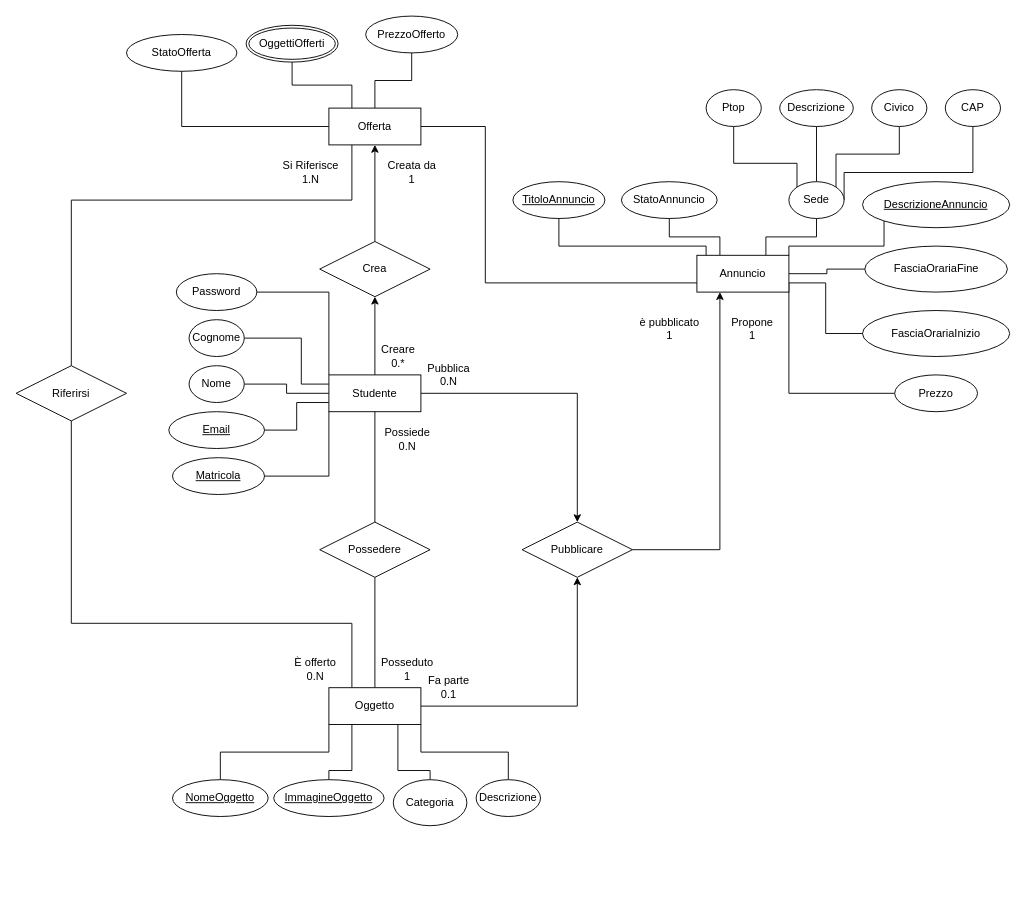
Before: ER_da_rivedere.drawio in giuseeee88/UninaSwap-BDD, a draw.io diagram. Source tidied: cells renumbered, new cells numbered last; positions are measured from the earlier drawing's top-left corner, leaving out a move shared by most shapes. Both pictures are drawn from the tidied source at 92%, with x=0, y=0 at pixel (16, 16).
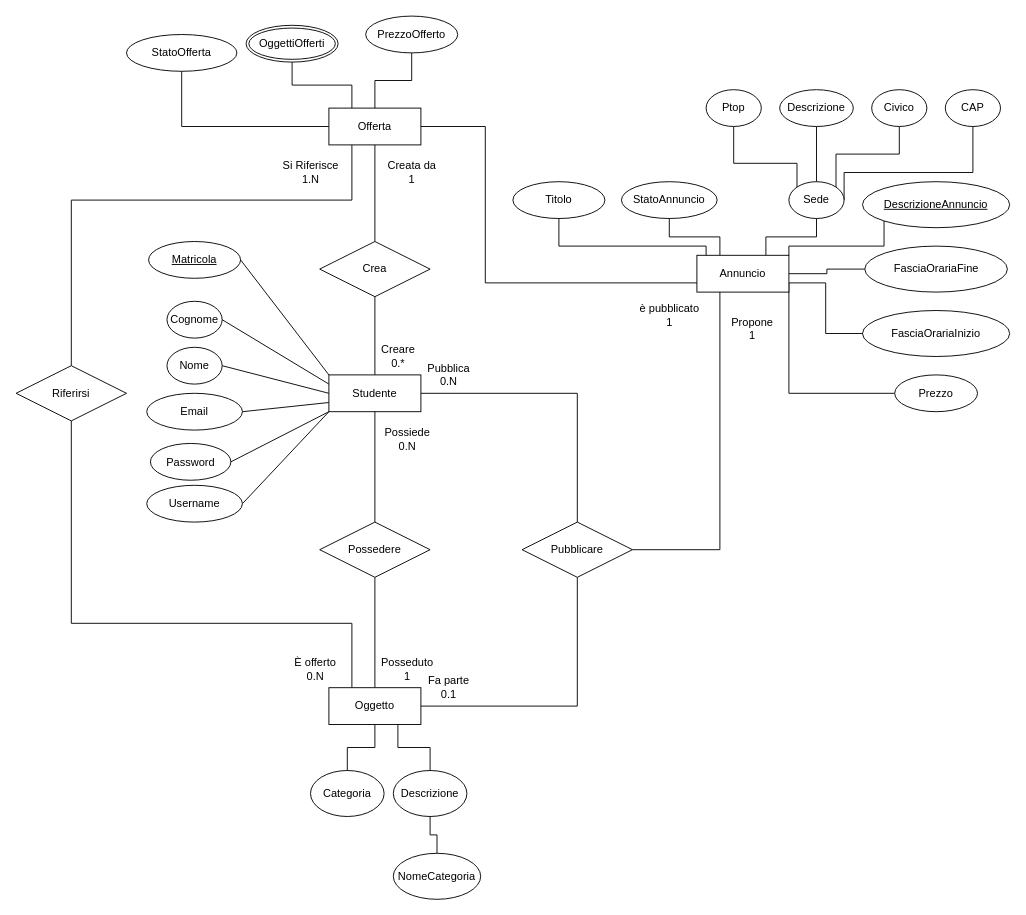
The same diagram, later.

Unchanged cells that the change refers to:
```xml
<mxCell id="18" value="Annuncio" style="rounded=0;whiteSpace=wrap;html=1;" parent="1" vertex="1">
  <mxGeometry x="740" y="260" width="100" height="40" as="geometry" />
</mxCell>
<mxCell id="33" value="Studente" style="rounded=0;whiteSpace=wrap;html=1;" parent="1" vertex="1">
  <mxGeometry x="340" y="390" width="100" height="40" as="geometry" />
</mxCell>
<mxCell id="45" value="Oggetto" style="rounded=0;whiteSpace=wrap;html=1;" parent="1" vertex="1">
  <mxGeometry x="340" y="730" width="100" height="40" as="geometry" />
</mxCell>
<mxCell id="52" value="Offerta" style="rounded=0;whiteSpace=wrap;html=1;" parent="1" vertex="1">
  <mxGeometry x="340" y="100" width="100" height="40" as="geometry" />
</mxCell>
<mxCell id="59" value="Pubblicare" style="shape=rhombus;perimeter=rhombusPerimeter;whiteSpace=wrap;html=1;align=center;" parent="1" vertex="1">
  <mxGeometry x="550" y="550" width="120" height="60" as="geometry" />
</mxCell>
<mxCell id="71" value="Crea" style="shape=rhombus;perimeter=rhombusPerimeter;whiteSpace=wrap;html=1;align=center;" parent="1" vertex="1">
  <mxGeometry x="330" y="245" width="120" height="60" as="geometry" />
</mxCell>
```

Diff of the diagram source:
```diff
@@
-    <mxCell id="2" value="&lt;span style=&quot;text-align: left;&quot;&gt;TitoloAnnuncio&lt;/span&gt;" style="ellipse;whiteSpace=wrap;html=1;fontStyle=4;" parent="1" vertex="1">
+    <mxCell id="2" value="&lt;span style=&quot;text-align: left;&quot;&gt;Titolo&lt;/span&gt;" style="ellipse;whiteSpace=wrap;html=1;fontStyle=0;" parent="1" vertex="1">
       <mxGeometry x="540" y="180" width="100" height="40" as="geometry" />
     </mxCell>
@@
-    <mxCell id="21" style="edgeStyle=orthogonalEdgeStyle;rounded=0;jettySize=auto;html=1;exitX=1;exitY=0.5;exitDx=0;exitDy=0;entryX=0;entryY=0.5;entryDx=0;entryDy=0;endArrow=none;startFill=0;" parent="1" edge="1" source="22" target="33">
+    <mxCell id="21" style="rounded=0;jettySize=auto;html=1;exitX=1;exitY=0.5;exitDx=0;exitDy=0;entryX=0;entryY=0.5;entryDx=0;entryDy=0;endArrow=none;startFill=0;" parent="1" edge="1" source="22" target="33">
       <mxGeometry relative="1" as="geometry" />
     </mxCell>
     <mxCell id="22" value="&lt;span style=&quot;text-align: left;&quot;&gt;Nome&lt;/span&gt;" style="ellipse;whiteSpace=wrap;html=1;" parent="1" vertex="1">
-      <mxGeometry x="188" y="380" width="60" height="40" as="geometry" />
+      <mxGeometry x="164" y="360" width="60" height="40" as="geometry" />
     </mxCell>
-    <mxCell id="23" style="edgeStyle=orthogonalEdgeStyle;rounded=0;jettySize=auto;html=1;exitX=1;exitY=0.5;exitDx=0;exitDy=0;entryX=0;entryY=1;entryDx=0;entryDy=0;endArrow=none;startFill=0;" parent="1" edge="1" source="24" target="33">
+    <mxCell id="23" style="rounded=0;jettySize=auto;html=1;exitX=1;exitY=0.5;exitDx=0;exitDy=0;entryX=0;entryY=0;entryDx=0;entryDy=0;endArrow=none;startFill=0;" parent="1" edge="1" source="24" target="33">
       <mxGeometry relative="1" as="geometry" />
     </mxCell>
     <mxCell id="24" value="&lt;span style=&quot;text-align: left;&quot;&gt;Matricola&lt;/span&gt;" style="ellipse;whiteSpace=wrap;html=1;fontStyle=4;" parent="1" vertex="1">
-      <mxGeometry x="170" y="480" width="100" height="40" as="geometry" />
+      <mxGeometry x="144" y="245" width="100" height="40" as="geometry" />
     </mxCell>
-    <mxCell id="25" style="edgeStyle=orthogonalEdgeStyle;rounded=0;jettySize=auto;html=1;exitX=1;exitY=0.5;exitDx=0;exitDy=0;entryX=0;entryY=0.25;entryDx=0;entryDy=0;endArrow=none;startFill=0;" parent="1" edge="1" source="26" target="33">
-      <mxGeometry relative="1" as="geometry">
-        <Array as="points">
-          <mxPoint x="310" y="350" />
-          <mxPoint x="310" y="400" />
-        </Array>
-      </mxGeometry>
+    <mxCell id="25" style="rounded=0;jettySize=auto;html=1;exitX=1;exitY=0.5;exitDx=0;exitDy=0;entryX=0;entryY=0.25;entryDx=0;entryDy=0;endArrow=none;startFill=0;" parent="1" edge="1" source="26" target="33">
+      <mxGeometry relative="1" as="geometry" />
     </mxCell>
     <mxCell id="26" value="&lt;span style=&quot;text-align: left;&quot;&gt;Cognome&lt;/span&gt;" style="ellipse;whiteSpace=wrap;html=1;" parent="1" vertex="1">
-      <mxGeometry x="188" y="330" width="60" height="40" as="geometry" />
+      <mxGeometry x="164" y="310" width="60" height="40" as="geometry" />
     </mxCell>
-    <mxCell id="27" style="edgeStyle=orthogonalEdgeStyle;rounded=0;jettySize=auto;html=1;exitX=1;exitY=0.5;exitDx=0;exitDy=0;entryX=0;entryY=0.75;entryDx=0;entryDy=0;endArrow=none;startFill=0;" parent="1" edge="1" source="28" target="33">
+    <mxCell id="27" style="rounded=0;jettySize=auto;html=1;exitX=1;exitY=0.5;exitDx=0;exitDy=0;entryX=0;entryY=0.75;entryDx=0;entryDy=0;endArrow=none;startFill=0;" parent="1" edge="1" source="28" target="33">
       <mxGeometry relative="1" as="geometry" />
     </mxCell>
-    <mxCell id="28" value="&lt;span style=&quot;text-align: left;&quot;&gt;Email&lt;/span&gt;" style="ellipse;whiteSpace=wrap;html=1;fontStyle=4;" parent="1" vertex="1">
-      <mxGeometry x="166" y="430" width="104" height="40" as="geometry" />
+    <mxCell id="28" value="&lt;span style=&quot;text-align: left;&quot;&gt;Email&lt;/span&gt;" style="ellipse;whiteSpace=wrap;html=1;fontStyle=0;" parent="1" vertex="1">
+      <mxGeometry x="142" y="410" width="104" height="40" as="geometry" />
     </mxCell>
-    <mxCell id="29" style="edgeStyle=orthogonalEdgeStyle;rounded=0;jettySize=auto;html=1;exitX=1;exitY=0.5;exitDx=0;exitDy=0;entryX=0;entryY=0;entryDx=0;entryDy=0;endArrow=none;startFill=0;" parent="1" edge="1" source="30" target="33">
+    <mxCell id="29" style="rounded=0;jettySize=auto;html=1;exitX=1;exitY=0.5;exitDx=0;exitDy=0;entryX=0;entryY=1;entryDx=0;entryDy=0;endArrow=none;startFill=0;" parent="1" edge="1" source="30" target="33">
       <mxGeometry relative="1" as="geometry" />
     </mxCell>
     <mxCell id="30" value="&lt;span style=&quot;text-align: left;&quot;&gt;Password&lt;/span&gt;" style="ellipse;whiteSpace=wrap;html=1;" parent="1" vertex="1">
-      <mxGeometry x="174.2" y="280" width="87.5" height="40" as="geometry" />
+      <mxGeometry x="146" y="464.5" width="87.5" height="40" as="geometry" />
     </mxCell>
-    <mxCell id="31" style="edgeStyle=orthogonalEdgeStyle;rounded=0;jettySize=auto;html=1;exitX=1;exitY=0.5;exitDx=0;exitDy=0;entryX=0.5;entryY=0;entryDx=0;entryDy=0;" parent="1" edge="1" source="33" target="59">
+    <mxCell id="31" style="edgeStyle=orthogonalEdgeStyle;rounded=0;jettySize=auto;html=1;exitX=1;exitY=0.5;exitDx=0;exitDy=0;entryX=0.5;entryY=0;entryDx=0;entryDy=0;endArrow=none;endFill=0;" parent="1" edge="1" source="33" target="59">
       <mxGeometry relative="1" as="geometry" />
     </mxCell>
-    <mxCell id="32" style="edgeStyle=orthogonalEdgeStyle;rounded=0;jettySize=auto;html=1;exitX=0.5;exitY=0;exitDx=0;exitDy=0;" parent="1" edge="1" source="33" target="71">
+    <mxCell id="32" style="edgeStyle=orthogonalEdgeStyle;rounded=0;jettySize=auto;html=1;exitX=0.5;exitY=0;exitDx=0;exitDy=0;endArrow=none;endFill=0;" parent="1" edge="1" source="33" target="71">
       <mxGeometry relative="1" as="geometry" />
     </mxCell>
+    <mxCell id="76" style="rounded=0;jettySize=auto;html=1;exitX=0;exitY=1;exitDx=0;exitDy=0;entryX=1;entryY=0.5;entryDx=0;entryDy=0;endArrow=none;endFill=0;" parent="1" edge="1" source="33" target="81">
+      <mxGeometry relative="1" as="geometry" />
+    </mxCell>
@@
-    <mxCell id="34" style="edgeStyle=orthogonalEdgeStyle;rounded=0;jettySize=auto;html=1;exitX=0.5;exitY=0;exitDx=0;exitDy=0;entryX=0.75;entryY=1;entryDx=0;entryDy=0;endArrow=none;startFill=0;" parent="1" edge="1" source="35" target="45">
-      <mxGeometry relative="1" as="geometry">
-        <Array as="points">
-          <mxPoint x="450" y="820" />
-          <mxPoint x="415" y="820" />
-        </Array>
-      </mxGeometry>
-    </mxCell>
     <mxCell id="35" value="&lt;span style=&quot;text-align: left;&quot;&gt;Categoria&lt;/span&gt;" style="ellipse;whiteSpace=wrap;html=1;" parent="1" vertex="1">
-      <mxGeometry x="410" y="830" width="80" height="50" as="geometry" />
+      <mxGeometry x="320" y="820" width="80" height="50" as="geometry" />
     </mxCell>
-    <mxCell id="36" style="edgeStyle=orthogonalEdgeStyle;rounded=0;jettySize=auto;html=1;exitX=0.5;exitY=0;exitDx=0;exitDy=0;entryX=0.25;entryY=1;entryDx=0;entryDy=0;endArrow=none;startFill=0;" parent="1" edge="1" source="37" target="45">
-      <mxGeometry relative="1" as="geometry">
-        <Array as="points">
-          <mxPoint x="340" y="820" />
-          <mxPoint x="365" y="820" />
-        </Array>
-      </mxGeometry>
-    </mxCell>
-    <mxCell id="37" value="&lt;span style=&quot;text-align: left;&quot;&gt;ImmagineOggetto&lt;/span&gt;" style="ellipse;whiteSpace=wrap;html=1;fontStyle=4;" parent="1" vertex="1">
-      <mxGeometry x="280" y="830" width="120" height="40" as="geometry" />
-    </mxCell>
-    <mxCell id="38" style="edgeStyle=orthogonalEdgeStyle;rounded=0;jettySize=auto;html=1;exitX=0.5;exitY=0;exitDx=0;exitDy=0;entryX=1;entryY=1;entryDx=0;entryDy=0;endArrow=none;startFill=0;" parent="1" edge="1" source="39" target="45">
-      <mxGeometry relative="1" as="geometry" />
-    </mxCell>
+    <mxCell id="77" style="edgeStyle=orthogonalEdgeStyle;rounded=0;jettySize=auto;html=1;exitX=0.5;exitY=1;exitDx=0;exitDy=0;endArrow=none;endFill=0;" parent="1" edge="1" source="39" target="80">
+      <mxGeometry relative="1" as="geometry" />
+    </mxCell>
     <mxCell id="39" value="&lt;span style=&quot;text-align: left;&quot;&gt;Descrizione&lt;/span&gt;" style="ellipse;whiteSpace=wrap;html=1;" parent="1" vertex="1">
-      <mxGeometry x="500" y="830" width="70" height="40" as="geometry" />
+      <mxGeometry x="410" y="820" width="80" height="50" as="geometry" />
     </mxCell>
-    <mxCell id="40" style="edgeStyle=orthogonalEdgeStyle;rounded=0;jettySize=auto;html=1;exitX=0.5;exitY=0;exitDx=0;exitDy=0;entryX=0;entryY=1;entryDx=0;entryDy=0;endArrow=none;startFill=0;" parent="1" edge="1" source="41" target="45">
-      <mxGeometry relative="1" as="geometry" />
-    </mxCell>
-    <mxCell id="41" value="&lt;span style=&quot;text-align: left;&quot;&gt;NomeOggetto&lt;/span&gt;" style="ellipse;whiteSpace=wrap;html=1;fontStyle=4;" parent="1" vertex="1">
-      <mxGeometry x="170" y="830" width="104" height="40" as="geometry" />
-    </mxCell>
-    <mxCell id="42" style="edgeStyle=orthogonalEdgeStyle;rounded=0;jettySize=auto;html=1;exitX=1;exitY=0.5;exitDx=0;exitDy=0;" parent="1" edge="1" source="45" target="59">
+    <mxCell id="42" style="edgeStyle=orthogonalEdgeStyle;rounded=0;jettySize=auto;html=1;exitX=1;exitY=0.5;exitDx=0;exitDy=0;endArrow=none;endFill=0;" parent="1" edge="1" source="45" target="59">
       <mxGeometry relative="1" as="geometry" />
     </mxCell>
@@
+    <mxCell id="78" style="edgeStyle=orthogonalEdgeStyle;rounded=0;jettySize=auto;html=1;exitX=0.5;exitY=1;exitDx=0;exitDy=0;entryX=0.5;entryY=0;entryDx=0;entryDy=0;endArrow=none;endFill=0;" parent="1" edge="1" source="45" target="35">
+      <mxGeometry relative="1" as="geometry" />
+    </mxCell>
+    <mxCell id="79" style="edgeStyle=orthogonalEdgeStyle;rounded=0;jettySize=auto;html=1;exitX=0.75;exitY=1;exitDx=0;exitDy=0;entryX=0.5;entryY=0;entryDx=0;entryDy=0;endArrow=none;endFill=0;" parent="1" edge="1" source="45" target="39">
+      <mxGeometry relative="1" as="geometry" />
+    </mxCell>
@@
-    <mxCell id="58" style="edgeStyle=orthogonalEdgeStyle;rounded=0;jettySize=auto;html=1;exitX=1;exitY=0.5;exitDx=0;exitDy=0;entryX=0.25;entryY=1;entryDx=0;entryDy=0;" parent="1" edge="1" source="59" target="18">
+    <mxCell id="58" style="edgeStyle=orthogonalEdgeStyle;rounded=0;jettySize=auto;html=1;exitX=1;exitY=0.5;exitDx=0;exitDy=0;entryX=0.25;entryY=1;entryDx=0;entryDy=0;endArrow=none;endFill=0;" parent="1" edge="1" source="59" target="18">
       <mxGeometry relative="1" as="geometry" />
     </mxCell>
@@
     <mxCell id="64" value="è pubblicato&lt;div&gt;1&lt;/div&gt;" style="text;html=1;align=center;verticalAlign=middle;strokeColor=none;fillColor=none;" parent="1" vertex="1">
-      <mxGeometry x="665" y="320" width="90" height="40" as="geometry" />
+      <mxGeometry x="665" y="305" width="90" height="40" as="geometry" />
     </mxCell>
@@
-    <mxCell id="70" style="edgeStyle=orthogonalEdgeStyle;rounded=0;jettySize=auto;html=1;exitX=0.5;exitY=0;exitDx=0;exitDy=0;" parent="1" edge="1" source="71" target="52">
+    <mxCell id="70" style="edgeStyle=orthogonalEdgeStyle;rounded=0;jettySize=auto;html=1;exitX=0.5;exitY=0;exitDx=0;exitDy=0;endArrow=none;endFill=0;" parent="1" edge="1" source="71" target="52">
       <mxGeometry relative="1" as="geometry" />
     </mxCell>
@@
+    <mxCell id="80" value="&lt;div&gt;NomeCategoria&lt;/div&gt;" style="ellipse;whiteSpace=wrap;html=1;" parent="1" vertex="1">
+      <mxGeometry x="410" y="910" width="95" height="50" as="geometry" />
+    </mxCell>
+    <mxCell id="81" value="Username" style="ellipse;whiteSpace=wrap;html=1;fontStyle=0;" parent="1" vertex="1">
+      <mxGeometry x="142" y="510" width="104" height="40" as="geometry" />
+    </mxCell>
```
